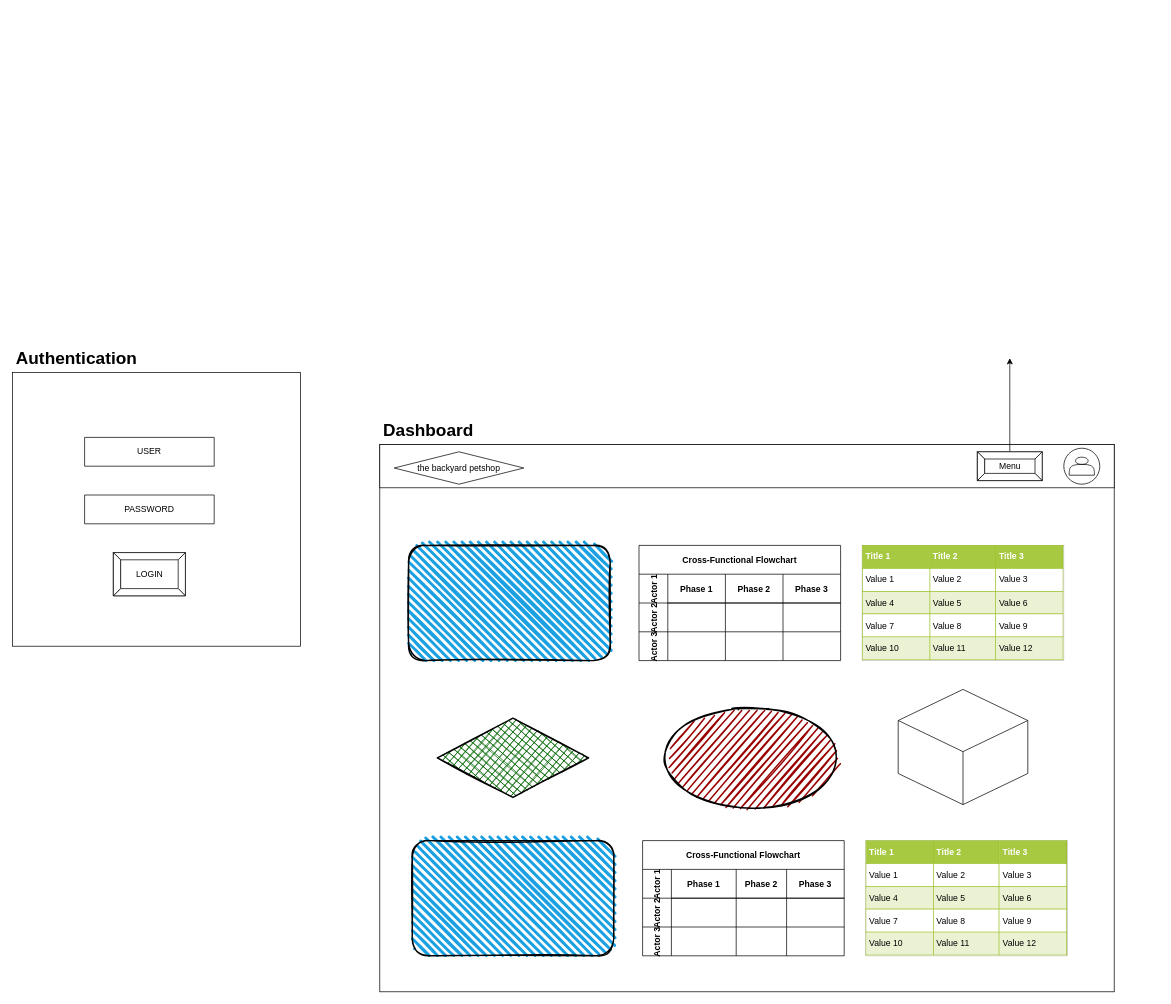
Before: inventory-sales-wireframe.drawio in web-gamma/backyardpetshop-diagrams, a draw.io diagram. Source tidied: cells renumbered, new cells numbered last; positions are measured from the earlier drawing's top-left corner, leaving out a move shared by most shapes. Both pictures are drawn from the tidied source at 72%, with x=0, y=0 at pixel (12, 343).
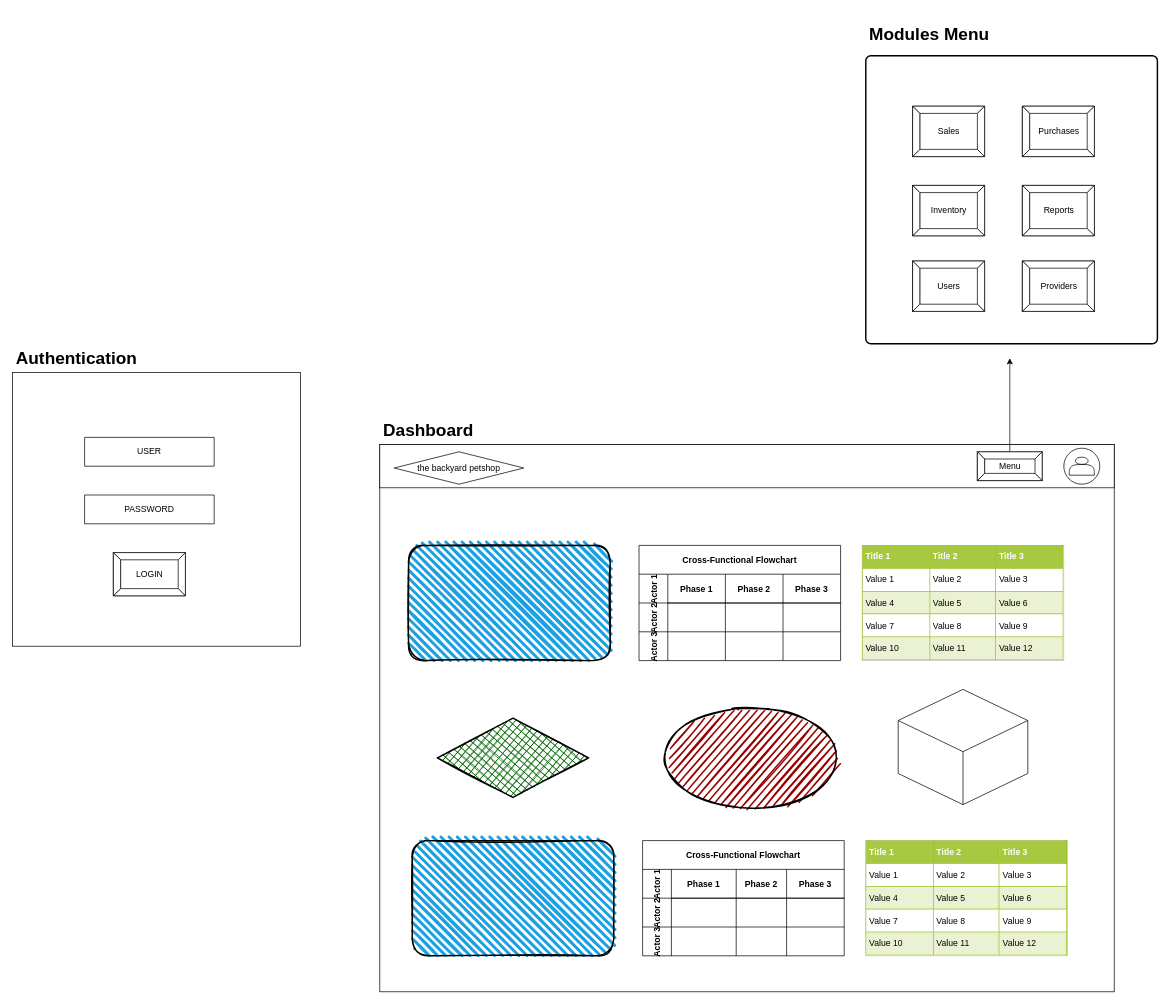
The same diagram, later.

Commit message:
add modules menu

What changed in the source:
```diff
@@
+    <mxCell id="50" style="rounded=1;whiteSpace=wrap;html=1;absoluteArcSize=1;arcSize=14;strokeWidth=2;" parent="1" vertex="1">
+      <mxGeometry x="1185" y="-400" width="405" height="400" as="geometry" />
+    </mxCell>
+    <mxCell id="51" value="&lt;h1&gt;Modules Menu&lt;/h1&gt;" style="text;html=1;strokeColor=none;fillColor=none;spacing=5;spacingTop=-20;whiteSpace=wrap;overflow=hidden;rounded=0;" parent="1" vertex="1">
+      <mxGeometry x="1185" y="-450" width="190" height="40" as="geometry" />
+    </mxCell>
+    <mxCell id="52" value="Sales" style="labelPosition=center;verticalLabelPosition=middle;align=center;html=1;shape=mxgraph.basic.button;dx=10;" parent="1" vertex="1">
+      <mxGeometry x="1250" y="-330" width="100" height="70" as="geometry" />
+    </mxCell>
+    <mxCell id="53" value="Reports" style="labelPosition=center;verticalLabelPosition=middle;align=center;html=1;shape=mxgraph.basic.button;dx=10;" parent="1" vertex="1">
+      <mxGeometry x="1402.5" y="-220" width="100" height="70" as="geometry" />
+    </mxCell>
+    <mxCell id="54" value="Purchases" style="labelPosition=center;verticalLabelPosition=middle;align=center;html=1;shape=mxgraph.basic.button;dx=10;" parent="1" vertex="1">
+      <mxGeometry x="1402.5" y="-330" width="100" height="70" as="geometry" />
+    </mxCell>
+    <mxCell id="55" value="Inventory" style="labelPosition=center;verticalLabelPosition=middle;align=center;html=1;shape=mxgraph.basic.button;dx=10;" parent="1" vertex="1">
+      <mxGeometry x="1250" y="-220" width="100" height="70" as="geometry" />
+    </mxCell>
+    <mxCell id="56" value="Users" style="labelPosition=center;verticalLabelPosition=middle;align=center;html=1;shape=mxgraph.basic.button;dx=10;" parent="1" vertex="1">
+      <mxGeometry x="1250" y="-115" width="100" height="70" as="geometry" />
+    </mxCell>
+    <mxCell id="57" value="Providers" style="labelPosition=center;verticalLabelPosition=middle;align=center;html=1;shape=mxgraph.basic.button;dx=10;" parent="1" vertex="1">
+      <mxGeometry x="1402.5" y="-115" width="100" height="70" as="geometry" />
+    </mxCell>
```
